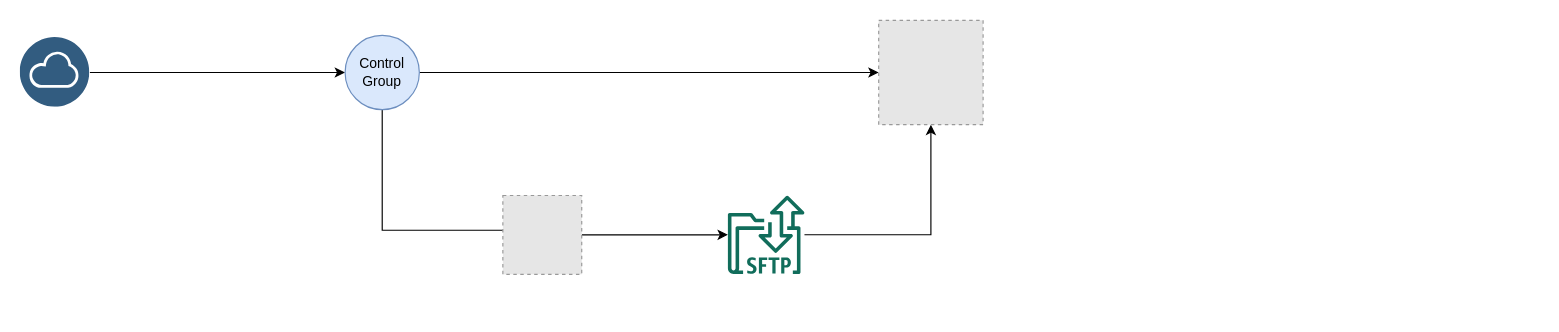
kajcryp/Blog-Flowcharts keeps this draw.io diagram as Untitled Diagram.drawio. Above is the earlier version. Source tidied: cells renumbered, new cells numbered last; positions are measured from the earlier drawing's top-left corner, leaving out a move shared by most shapes. Both pictures are drawn from the tidied source at 116%, with x=0, y=0 at pixel (20, 20). Pictures stored in the file or linked from it are replaced by grey dashed boxes.
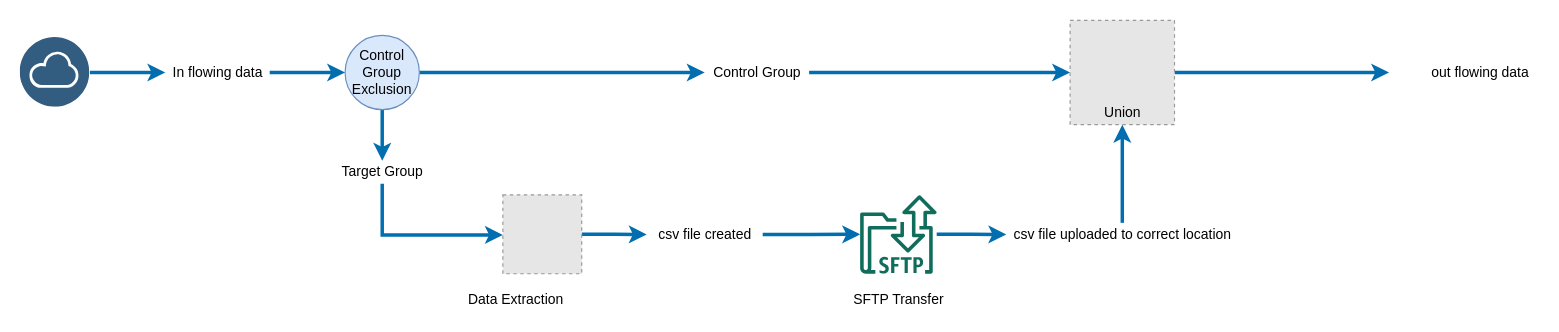
After the change.

Commit message:
Update SNAP with relevant text boxes

Unchanged cells that the change refers to:
```xml
<mxCell id="3" style="perimeter=ellipsePerimeter;html=1;align=center;shadow=0;dashed=0;fontColor=#4277BB;labelBackgroundColor=#ffffff;fontSize=12;spacingTop=3;image;image=img/lib/ibm/data/cloud.svg;" parent="1" vertex="1">
  <mxGeometry y="15" width="60" height="60" as="geometry" />
</mxCell>
```

Diff of the diagram source:
```diff
@@
-    <mxCell id="2" style="edgeStyle=orthogonalEdgeStyle;rounded=0;jettySize=auto;html=1;" parent="1" edge="1" source="3" target="6">
-      <mxGeometry relative="1" as="geometry" />
-    </mxCell>
+    <mxCell id="12" style="edgeStyle=orthogonalEdgeStyle;rounded=0;jettySize=auto;html=1;strokeWidth=3;fillColor=#1ba1e2;strokeColor=#006EAF;" parent="1" edge="1" source="3" target="28">
+      <mxGeometry relative="1" as="geometry" />
+    </mxCell>
@@
-    <mxCell id="4" style="edgeStyle=orthogonalEdgeStyle;rounded=0;jettySize=auto;elbow=vertical;html=1;" parent="1" edge="1" source="6">
-      <mxGeometry relative="1" as="geometry">
-        <mxPoint x="430" y="181" as="targetPoint" />
-        <Array as="points">
-          <mxPoint x="312" y="161" />
-          <mxPoint x="312" y="161" />
-        </Array>
-      </mxGeometry>
-    </mxCell>
-    <mxCell id="5" style="edgeStyle=orthogonalEdgeStyle;rounded=0;jettySize=auto;html=1;" parent="1" edge="1" source="6" target="11">
-      <mxGeometry relative="1" as="geometry" />
-    </mxCell>
+    <mxCell id="13" style="edgeStyle=orthogonalEdgeStyle;rounded=0;jettySize=auto;html=1;fillColor=#1ba1e2;strokeColor=#006EAF;strokeWidth=3;" parent="1" edge="1" source="6" target="22">
+      <mxGeometry relative="1" as="geometry" />
+    </mxCell>
+    <mxCell id="14" style="edgeStyle=orthogonalEdgeStyle;rounded=0;jettySize=auto;html=1;strokeWidth=3;fillColor=#1ba1e2;strokeColor=#006EAF;" parent="1" edge="1" source="6" target="20">
+      <mxGeometry relative="1" as="geometry" />
+    </mxCell>
-    <mxCell id="6" value="Control Group" style="ellipse;whiteSpace=wrap;html=1style=&quot;background-color:powderblue;&quot;;fillColor=#dae8fc;strokeColor=#6c8ebf;" parent="1" vertex="1">
+    <mxCell id="6" value="Control Group Exclusion" style="ellipse;whiteSpace=wrap;html=1style=&quot;background-color:powderblue;&quot;;fillColor=#dae8fc;strokeColor=#6c8ebf;" parent="1" vertex="1">
       <mxGeometry x="280" y="13" width="64" height="64" as="geometry" />
     </mxCell>
-    <mxCell id="7" style="edgeStyle=orthogonalEdgeStyle;rounded=0;jettySize=auto;html=1;" parent="1" edge="1" source="8" target="10">
-      <mxGeometry relative="1" as="geometry" />
-    </mxCell>
+    <mxCell id="15" style="edgeStyle=orthogonalEdgeStyle;rounded=0;jettySize=auto;html=1;fillColor=#1ba1e2;strokeColor=#006EAF;strokeWidth=3;" parent="1" edge="1" source="8" target="24">
+      <mxGeometry relative="1" as="geometry" />
+    </mxCell>
     <mxCell id="8" style="fillColor=#E6E6E6;strokeColor=#999999;dashed=1;html=1;verticalAlign=top;verticalLabelPosition=bottom;labelBackgroundColor=#ffffff;" parent="1" vertex="1">
-      <mxGeometry x="416" y="151" width="68" height="68" as="geometry" />
+      <mxGeometry x="416" y="150.5" width="68" height="68" as="geometry" />
     </mxCell>
-    <mxCell id="9" style="edgeStyle=orthogonalEdgeStyle;rounded=0;jettySize=auto;html=1;" parent="1" edge="1" source="10" target="11">
+    <mxCell id="9" style="edgeStyle=orthogonalEdgeStyle;rounded=0;jettySize=auto;html=1;fillColor=#1ba1e2;strokeColor=#006EAF;strokeWidth=3;" parent="1" edge="1" source="10" target="26">
       <mxGeometry relative="1" as="geometry" />
     </mxCell>
     <mxCell id="10" style="outlineConnect=0;fontColor=#232F3E;gradientColor=none;fillColor=#116D5B;strokeColor=none;dashed=0;verticalLabelPosition=bottom;verticalAlign=top;align=center;html=1;fontSize=12;fontStyle=0;shape=mxgraph.aws4.transfer_for_sftp_resource;" parent="1" vertex="1">
-      <mxGeometry x="610" y="151" width="66" height="67.7" as="geometry" />
+      <mxGeometry x="724" y="150.7" width="66" height="67.7" as="geometry" />
     </mxCell>
+    <mxCell id="16" style="edgeStyle=orthogonalEdgeStyle;rounded=0;jettySize=auto;html=1;strokeWidth=3;fillColor=#1ba1e2;strokeColor=#006EAF;" parent="1" edge="1" source="11">
+      <mxGeometry relative="1" as="geometry">
+        <mxPoint x="1180" y="45" as="targetPoint" />
+      </mxGeometry>
+    </mxCell>
     <mxCell id="11" style="fillColor=#E6E6E6;strokeColor=#999999;dashed=1;html=1;verticalAlign=top;verticalLabelPosition=bottom;labelBackgroundColor=#ffffff;" parent="1" vertex="1">
-      <mxGeometry x="740" width="90" height="90" as="geometry" />
+      <mxGeometry x="905" width="90" height="90" as="geometry" />
     </mxCell>
+    <mxCell id="17" value="Data Extraction" style="text;html=1;align=center;verticalAlign=middle;fillColor=none;strokeColor=none;rounded=0;" parent="1" vertex="1">
+      <mxGeometry x="377" y="231" width="100" height="20" as="geometry" />
+    </mxCell>
+    <mxCell id="18" value="SFTP Transfer" style="text;html=1;align=center;verticalAlign=middle;fillColor=none;strokeColor=none;rounded=0;" parent="1" vertex="1">
+      <mxGeometry x="712" y="231" width="90" height="20" as="geometry" />
+    </mxCell>
+    <mxCell id="19" style="edgeStyle=orthogonalEdgeStyle;rounded=0;jettySize=auto;html=1;fillColor=#1ba1e2;strokeColor=#006EAF;strokeWidth=3;" parent="1" edge="1" source="20" target="11">
+      <mxGeometry relative="1" as="geometry" />
+    </mxCell>
+    <mxCell id="20" value="Control Group" style="text;html=1;align=center;verticalAlign=middle;points=[];fillColor=none;strokeColor=none;rounded=0;" parent="1" vertex="1">
+      <mxGeometry x="590" y="35" width="90" height="20" as="geometry" />
+    </mxCell>
+    <mxCell id="21" style="edgeStyle=orthogonalEdgeStyle;rounded=0;jettySize=auto;html=1;fillColor=#1ba1e2;strokeColor=#006EAF;strokeWidth=3;" parent="1" edge="1" source="22" target="8">
+      <mxGeometry relative="1" as="geometry">
+        <Array as="points">
+          <mxPoint x="312" y="131" />
+          <mxPoint x="312" y="185" />
+        </Array>
+      </mxGeometry>
+    </mxCell>
+    <mxCell id="22" value="Target Group" style="text;html=1;align=center;verticalAlign=middle;points=[];fillColor=none;strokeColor=none;rounded=0;" parent="1" vertex="1">
+      <mxGeometry x="267" y="121" width="90" height="20" as="geometry" />
+    </mxCell>
+    <mxCell id="23" style="edgeStyle=orthogonalEdgeStyle;rounded=0;jettySize=auto;html=1;fillColor=#1ba1e2;strokeColor=#006EAF;strokeWidth=3;" parent="1" edge="1" source="24" target="10">
+      <mxGeometry relative="1" as="geometry" />
+    </mxCell>
+    <mxCell id="24" value="csv file created" style="text;html=1;align=center;verticalAlign=middle;points=[];fillColor=none;strokeColor=none;rounded=0;" parent="1" vertex="1">
+      <mxGeometry x="540" y="174.6" width="100" height="20" as="geometry" />
+    </mxCell>
+    <mxCell id="25" style="edgeStyle=orthogonalEdgeStyle;rounded=0;jettySize=auto;html=1;strokeWidth=3;fillColor=#1ba1e2;strokeColor=#006EAF;" parent="1" edge="1" source="26" target="11">
+      <mxGeometry relative="1" as="geometry" />
+    </mxCell>
+    <mxCell id="26" value="csv file uploaded to correct location" style="text;html=1;align=center;verticalAlign=middle;points=[];fillColor=none;strokeColor=none;rounded=0;" parent="1" vertex="1">
+      <mxGeometry x="850" y="174.6" width="200" height="20" as="geometry" />
+    </mxCell>
+    <mxCell id="27" style="edgeStyle=orthogonalEdgeStyle;rounded=0;jettySize=auto;html=1;strokeWidth=3;fillColor=#1ba1e2;strokeColor=#006EAF;" parent="1" edge="1" source="28" target="6">
+      <mxGeometry relative="1" as="geometry" />
+    </mxCell>
+    <mxCell id="28" value="In flowing data" style="text;html=1;align=center;verticalAlign=middle;points=[];fillColor=none;strokeColor=none;rounded=0;" parent="1" vertex="1">
+      <mxGeometry x="125" y="35" width="90" height="20" as="geometry" />
+    </mxCell>
+    <mxCell id="29" value="Union" style="text;html=1;align=center;verticalAlign=middle;fillColor=none;strokeColor=none;rounded=0;" parent="1" vertex="1">
+      <mxGeometry x="925" y="70" width="50" height="20" as="geometry" />
+    </mxCell>
+    <mxCell id="30" value="out flowing data&amp;nbsp;" style="text;html=1;align=center;verticalAlign=middle;fillColor=none;strokeColor=none;rounded=0;" parent="1" vertex="1">
+      <mxGeometry x="1210" y="35" width="100" height="20" as="geometry" />
+    </mxCell>
```
